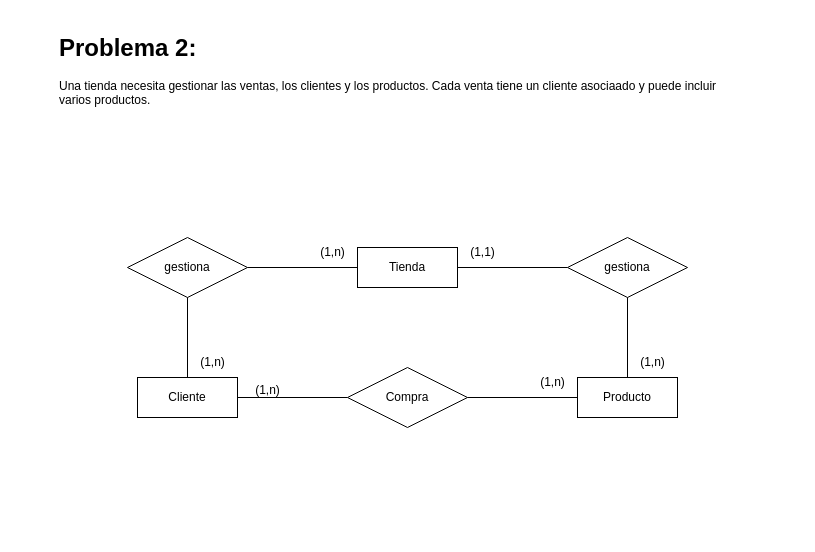
This is page "Página-3" (3 of 4) of TASK_1/Problemas.drawio from itsFDavid/Bases-de-datos, a draw.io file, before an edit. Source tidied: cells renumbered, new cells numbered last; positions are measured from the earlier drawing's top-left corner, leaving out a move shared by most shapes. Both pictures are drawn from the tidied source at 100%, with x=0, y=0 at pixel (57, 27).
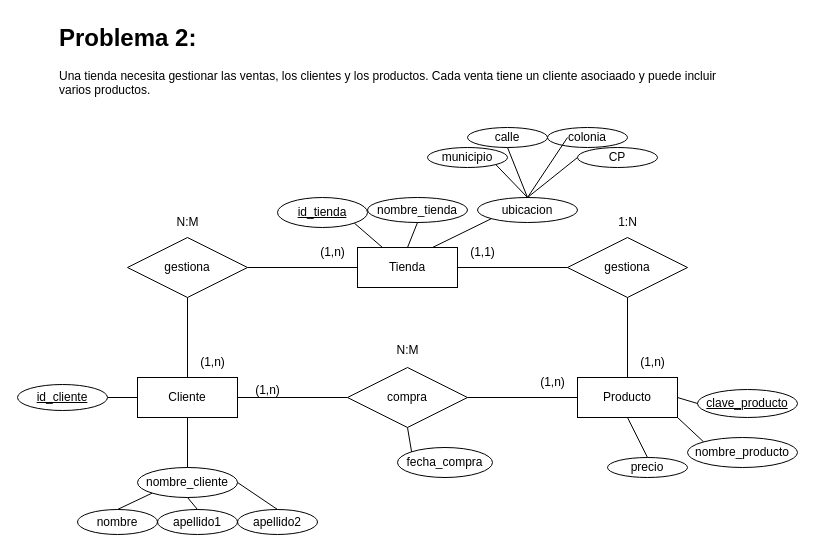
After the change.

Unchanged cells that the change refers to:
```xml
<mxCell id="3" value="Tienda" style="whiteSpace=wrap;html=1;align=center;" parent="1" vertex="1">
  <mxGeometry x="300" y="220" width="100" height="40" as="geometry" />
</mxCell>
<mxCell id="4" value="Cliente" style="whiteSpace=wrap;html=1;align=center;" parent="1" vertex="1">
  <mxGeometry x="80" y="350" width="100" height="40" as="geometry" />
</mxCell>
<mxCell id="5" value="Producto" style="whiteSpace=wrap;html=1;align=center;" parent="1" vertex="1">
  <mxGeometry x="520" y="350" width="100" height="40" as="geometry" />
</mxCell>
```

What changed in the source:
```diff
@@
     <mxCell id="2" value="&lt;h1 style=&quot;margin-top: 0px;&quot;&gt;Problema 2:&lt;/h1&gt;&lt;div&gt;&lt;span style=&quot;text-align: justify;&quot;&gt;Una tienda necesita gestionar las ventas, los clientes y los productos. Cada venta tiene un cliente asociaado y puede&amp;nbsp;&lt;/span&gt;&lt;span style=&quot;text-align: justify; background-color: initial;&quot;&gt;incluir varios productos.&lt;/span&gt;&lt;br&gt;&lt;/div&gt;" style="text;html=1;whiteSpace=wrap;overflow=hidden;rounded=0;" parent="1" vertex="1">
-      <mxGeometry width="680" height="120" as="geometry" />
+      <mxGeometry y="-10" width="680" height="120" as="geometry" />
     </mxCell>
@@
-    <mxCell id="6" value="Compra" style="shape=rhombus;perimeter=rhombusPerimeter;whiteSpace=wrap;html=1;align=center;" parent="1" vertex="1">
+    <mxCell id="6" value="compra" style="shape=rhombus;perimeter=rhombusPerimeter;whiteSpace=wrap;html=1;align=center;" parent="1" vertex="1">
       <mxGeometry x="290" y="340" width="120" height="60" as="geometry" />
     </mxCell>
@@
+    <mxCell id="21" value="N:M" style="text;html=1;align=center;verticalAlign=middle;strokeColor=none;fillColor=none;" parent="1" vertex="1">
+      <mxGeometry x="325" y="308" width="50" height="30" as="geometry" />
+    </mxCell>
+    <mxCell id="22" value="N:M" style="text;html=1;align=center;verticalAlign=middle;strokeColor=none;fillColor=none;" parent="1" vertex="1">
+      <mxGeometry x="105" y="180" width="50" height="30" as="geometry" />
+    </mxCell>
+    <mxCell id="23" value="1:N" style="text;html=1;align=center;verticalAlign=middle;strokeColor=none;fillColor=none;" parent="1" vertex="1">
+      <mxGeometry x="550" y="180" width="40" height="30" as="geometry" />
+    </mxCell>
+    <mxCell id="24" value="id_tienda" style="ellipse;whiteSpace=wrap;html=1;align=center;fontStyle=4;" parent="1" vertex="1">
+      <mxGeometry x="220" y="170" width="90" height="30" as="geometry" />
+    </mxCell>
+    <mxCell id="25" value="nombre_tienda" style="ellipse;whiteSpace=wrap;html=1;align=center;" parent="1" vertex="1">
+      <mxGeometry x="310" y="170" width="100" height="25" as="geometry" />
+    </mxCell>
+    <mxCell id="26" value="ubicacion" style="ellipse;whiteSpace=wrap;html=1;align=center;" parent="1" vertex="1">
+      <mxGeometry x="420" y="170" width="100" height="25" as="geometry" />
+    </mxCell>
+    <mxCell id="27" value="calle" style="ellipse;whiteSpace=wrap;html=1;align=center;" parent="1" vertex="1">
+      <mxGeometry x="410" y="100" width="80" height="20" as="geometry" />
+    </mxCell>
+    <mxCell id="28" value="colonia" style="ellipse;whiteSpace=wrap;html=1;align=center;" parent="1" vertex="1">
+      <mxGeometry x="490" y="100" width="80" height="20" as="geometry" />
+    </mxCell>
+    <mxCell id="29" value="CP" style="ellipse;whiteSpace=wrap;html=1;align=center;" parent="1" vertex="1">
+      <mxGeometry x="520" y="120" width="80" height="20" as="geometry" />
+    </mxCell>
+    <mxCell id="30" value="municipio" style="ellipse;whiteSpace=wrap;html=1;align=center;" parent="1" vertex="1">
+      <mxGeometry x="370" y="120" width="80" height="20" as="geometry" />
+    </mxCell>
+    <mxCell id="31" value="&lt;u&gt;clave_producto&lt;/u&gt;" style="ellipse;whiteSpace=wrap;html=1;align=center;" parent="1" vertex="1">
+      <mxGeometry x="640" y="362" width="100" height="28" as="geometry" />
+    </mxCell>
+    <mxCell id="32" value="nombre_producto" style="ellipse;whiteSpace=wrap;html=1;align=center;" parent="1" vertex="1">
+      <mxGeometry x="630" y="410" width="110" height="30" as="geometry" />
+    </mxCell>
+    <mxCell id="33" value="precio" style="ellipse;whiteSpace=wrap;html=1;align=center;" parent="1" vertex="1">
+      <mxGeometry x="550" y="430" width="80" height="20" as="geometry" />
+    </mxCell>
+    <mxCell id="34" value="id_cliente" style="ellipse;whiteSpace=wrap;html=1;align=center;fontStyle=4;" parent="1" vertex="1">
+      <mxGeometry x="-40" y="357" width="90" height="26" as="geometry" />
+    </mxCell>
+    <mxCell id="35" value="nombre_cliente" style="ellipse;whiteSpace=wrap;html=1;align=center;" parent="1" vertex="1">
+      <mxGeometry x="80" y="440" width="100" height="30" as="geometry" />
+    </mxCell>
+    <mxCell id="36" value="nombre" style="ellipse;whiteSpace=wrap;html=1;align=center;" parent="1" vertex="1">
+      <mxGeometry x="20" y="482" width="80" height="25" as="geometry" />
+    </mxCell>
+    <mxCell id="37" value="apellido1" style="ellipse;whiteSpace=wrap;html=1;align=center;" parent="1" vertex="1">
+      <mxGeometry x="100" y="482" width="80" height="25" as="geometry" />
+    </mxCell>
+    <mxCell id="38" value="apellido2" style="ellipse;whiteSpace=wrap;html=1;align=center;" parent="1" vertex="1">
+      <mxGeometry x="180" y="482" width="80" height="25" as="geometry" />
+    </mxCell>
+    <mxCell id="39" value="fecha_compra" style="ellipse;whiteSpace=wrap;html=1;align=center;" parent="1" vertex="1">
+      <mxGeometry x="340" y="420" width="95" height="30" as="geometry" />
+    </mxCell>
+    <mxCell id="40" style="endArrow=none;html=1;rounded=0;exitX=1;exitY=0.5;exitDx=0;exitDy=0;entryX=0;entryY=0.5;entryDx=0;entryDy=0;" parent="1" edge="1" source="34" target="4">
+      <mxGeometry relative="1" as="geometry" />
+    </mxCell>
+    <mxCell id="41" style="endArrow=none;html=1;rounded=0;exitX=0.5;exitY=0;exitDx=0;exitDy=0;entryX=0.5;entryY=1;entryDx=0;entryDy=0;" parent="1" edge="1" source="35" target="4">
+      <mxGeometry relative="1" as="geometry" />
+    </mxCell>
+    <mxCell id="42" style="endArrow=none;html=1;rounded=0;exitX=0.5;exitY=0;exitDx=0;exitDy=0;entryX=0;entryY=1;entryDx=0;entryDy=0;" parent="1" edge="1" source="36" target="35">
+      <mxGeometry relative="1" as="geometry" />
+    </mxCell>
+    <mxCell id="43" style="endArrow=none;html=1;rounded=0;exitX=0.5;exitY=0;exitDx=0;exitDy=0;entryX=0.5;entryY=1;entryDx=0;entryDy=0;" parent="1" edge="1" source="37" target="35">
+      <mxGeometry relative="1" as="geometry" />
+    </mxCell>
+    <mxCell id="44" style="endArrow=none;html=1;rounded=0;exitX=0.5;exitY=0;exitDx=0;exitDy=0;entryX=1;entryY=0.5;entryDx=0;entryDy=0;" parent="1" edge="1" source="38" target="35">
+      <mxGeometry relative="1" as="geometry" />
+    </mxCell>
+    <mxCell id="45" style="endArrow=none;html=1;rounded=0;exitX=0;exitY=0;exitDx=0;exitDy=0;entryX=0.5;entryY=1;entryDx=0;entryDy=0;" parent="1" edge="1" source="39" target="6">
+      <mxGeometry relative="1" as="geometry" />
+    </mxCell>
+    <mxCell id="46" style="endArrow=none;html=1;rounded=0;exitX=0.5;exitY=0;exitDx=0;exitDy=0;entryX=0.5;entryY=1;entryDx=0;entryDy=0;" parent="1" edge="1" source="33" target="5">
+      <mxGeometry relative="1" as="geometry" />
+    </mxCell>
+    <mxCell id="47" style="endArrow=none;html=1;rounded=0;exitX=0;exitY=0;exitDx=0;exitDy=0;entryX=1;entryY=1;entryDx=0;entryDy=0;" parent="1" edge="1" source="32" target="5">
+      <mxGeometry relative="1" as="geometry" />
+    </mxCell>
+    <mxCell id="48" style="endArrow=none;html=1;rounded=0;exitX=0;exitY=0.5;exitDx=0;exitDy=0;entryX=1;entryY=0.5;entryDx=0;entryDy=0;" parent="1" edge="1" source="31" target="5">
+      <mxGeometry relative="1" as="geometry" />
+    </mxCell>
+    <mxCell id="49" style="endArrow=none;html=1;rounded=0;exitX=0.5;exitY=0;exitDx=0;exitDy=0;entryX=0.5;entryY=1;entryDx=0;entryDy=0;" parent="1" edge="1" source="3" target="25">
+      <mxGeometry relative="1" as="geometry" />
+    </mxCell>
+    <mxCell id="50" style="endArrow=none;html=1;rounded=0;exitX=0.75;exitY=0;exitDx=0;exitDy=0;entryX=0;entryY=1;entryDx=0;entryDy=0;" parent="1" edge="1" source="3" target="26">
+      <mxGeometry relative="1" as="geometry" />
+    </mxCell>
+    <mxCell id="51" style="endArrow=none;html=1;rounded=0;exitX=1;exitY=1;exitDx=0;exitDy=0;entryX=0.25;entryY=0;entryDx=0;entryDy=0;" parent="1" edge="1" source="24" target="3">
+      <mxGeometry relative="1" as="geometry" />
+    </mxCell>
+    <mxCell id="52" style="endArrow=none;html=1;rounded=0;exitX=1;exitY=1;exitDx=0;exitDy=0;entryX=0.5;entryY=0;entryDx=0;entryDy=0;" parent="1" edge="1" source="30" target="26">
+      <mxGeometry relative="1" as="geometry" />
+    </mxCell>
+    <mxCell id="53" style="endArrow=none;html=1;rounded=0;exitX=0.5;exitY=1;exitDx=0;exitDy=0;entryX=0.5;entryY=0;entryDx=0;entryDy=0;" parent="1" edge="1" source="27" target="26">
+      <mxGeometry relative="1" as="geometry" />
+    </mxCell>
+    <mxCell id="54" style="endArrow=none;html=1;rounded=0;exitX=0.75;exitY=1;exitDx=0;exitDy=0;entryX=0.5;entryY=0;entryDx=0;entryDy=0;" parent="1" edge="1" source="2" target="26">
+      <mxGeometry relative="1" as="geometry" />
+    </mxCell>
+    <mxCell id="55" style="endArrow=none;html=1;rounded=0;exitX=0;exitY=0.5;exitDx=0;exitDy=0;entryX=0.5;entryY=0;entryDx=0;entryDy=0;" parent="1" edge="1" source="29" target="26">
+      <mxGeometry relative="1" as="geometry" />
+    </mxCell>
```
